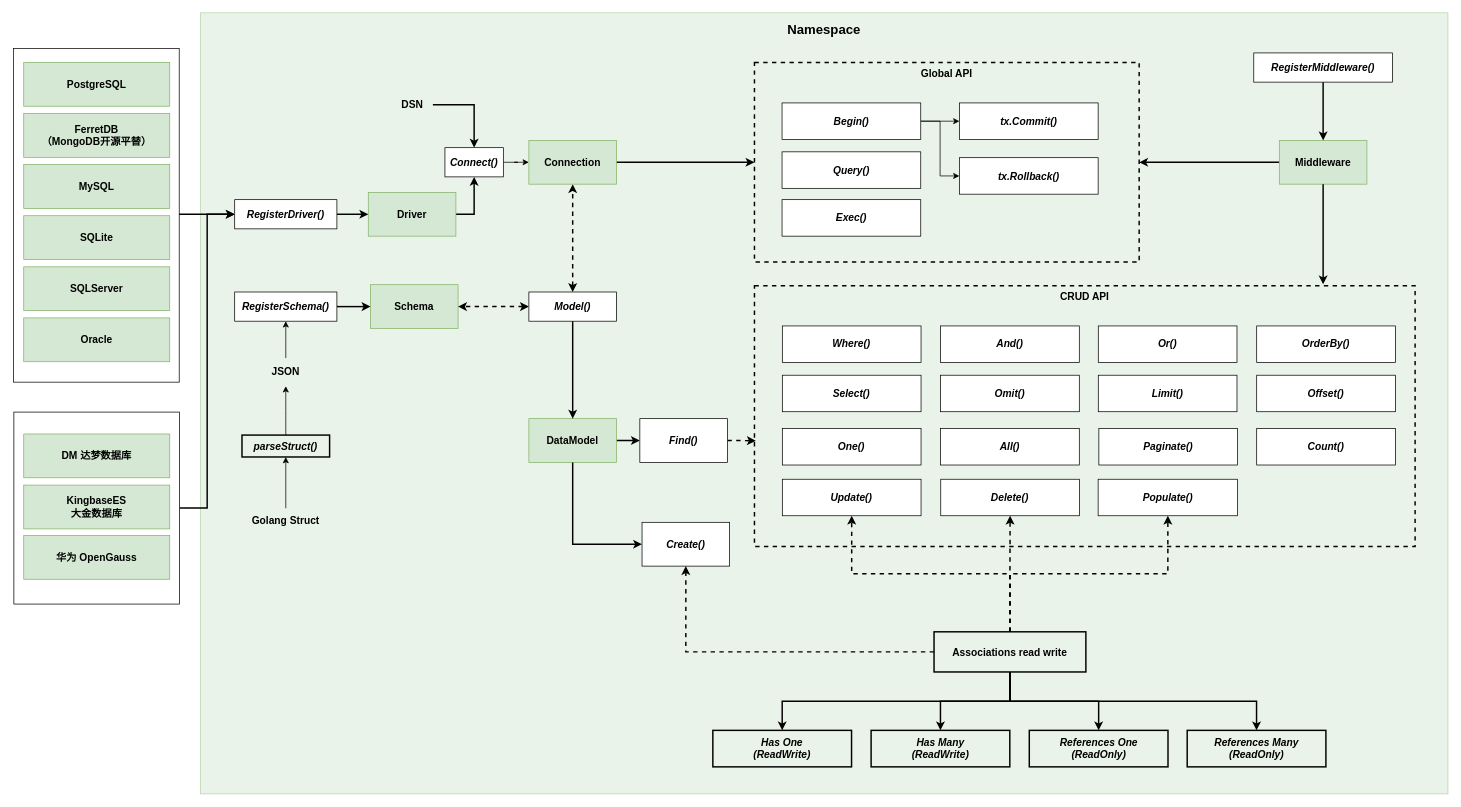
Before: assets/architecture.drawio in iamdanielyin/dba, a draw.io diagram. Source tidied: cells renumbered, new cells numbered last; positions are measured from the earlier drawing's top-left corner, leaving out a move shared by most shapes. Both pictures are drawn from the tidied source at 73%, with x=0, y=0 at pixel (13, 12).
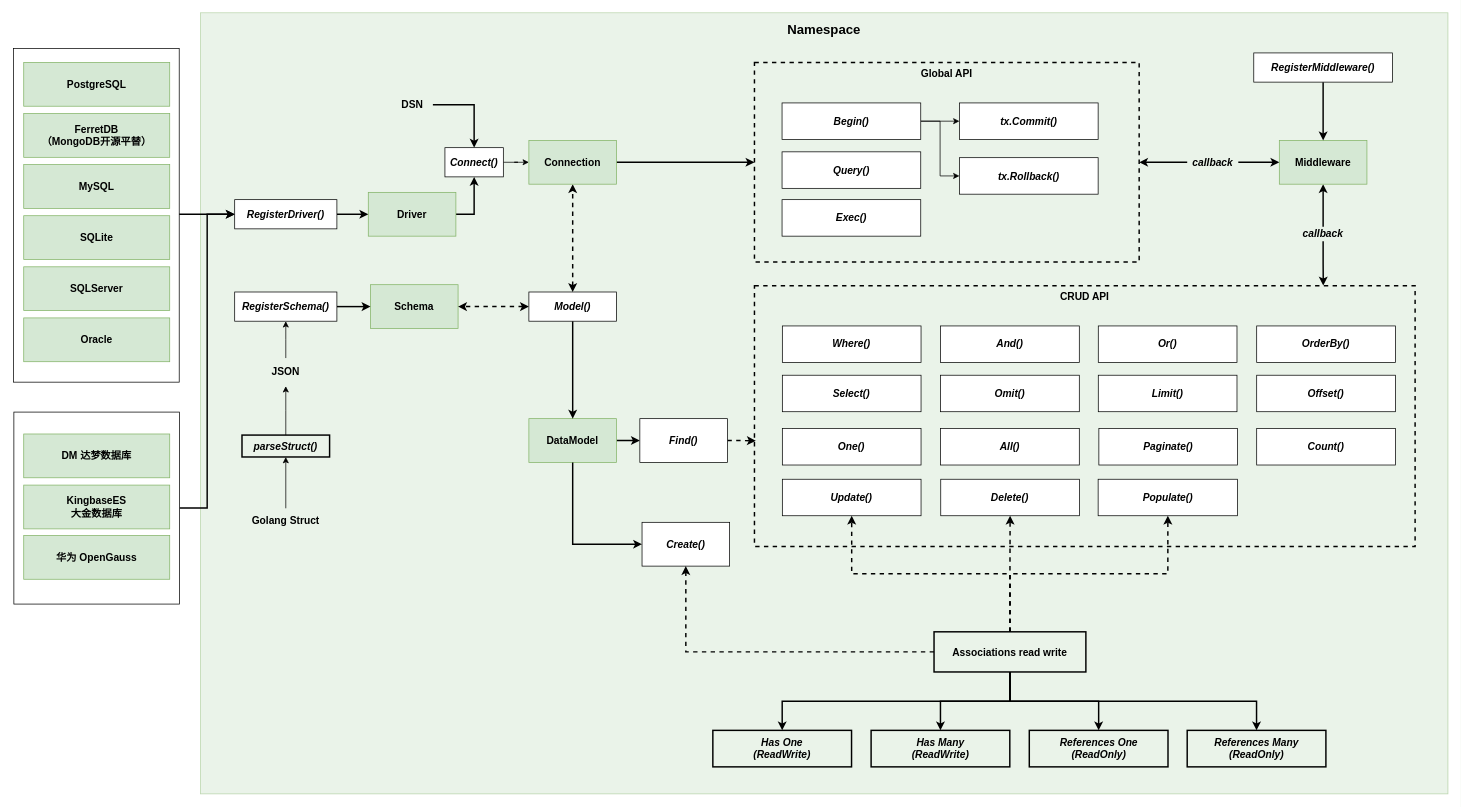
The same diagram, later.

Commit message (it also covers changes not shown here):
chore: 更新设计文件

The change refers to these unchanged cells:
```xml
<mxCell id="3" value="&lt;span style=&quot;&quot;&gt;CRUD API&lt;/span&gt;" style="rounded=0;whiteSpace=wrap;html=1;fontStyle=1;fontSize=14;verticalAlign=top;fillStyle=solid;align=center;fontFamily=Helvetica;labelBackgroundColor=none;fillColor=none;dashed=1;strokeWidth=2;" parent="1" vertex="1">
  <mxGeometry x="1015" y="374" width="905" height="357" as="geometry" />
</mxCell>
<mxCell id="4" value="&lt;span style=&quot;font-size: 14px;&quot;&gt;Global API&lt;/span&gt;" style="rounded=0;whiteSpace=wrap;html=1;verticalAlign=top;fontStyle=1;fillColor=none;dashed=1;labelBackgroundColor=none;strokeWidth=2;" parent="1" vertex="1">
  <mxGeometry x="1015" y="68" width="527" height="273.5" as="geometry" />
</mxCell>
<mxCell id="79" value="Middleware" style="rounded=0;whiteSpace=wrap;html=1;fontStyle=1;fillColor=#D5E8D4;strokeColor=#82B366;fillStyle=solid;fontSize=14;fontFamily=Helvetica;" parent="1" vertex="1">
  <mxGeometry x="1734" y="174.8" width="120" height="60" as="geometry" />
</mxCell>
```

The edit, as a diff of the source:
```diff
@@
+    <mxCell id="87" style="edgeStyle=orthogonalEdgeStyle;rounded=0;jettySize=auto;html=1;strokeWidth=2;startArrow=none;startFill=0;" parent="1" edge="1" source="91" target="79">
+      <mxGeometry relative="1" as="geometry" />
+    </mxCell>
@@
+    <mxCell id="88" style="edgeStyle=orthogonalEdgeStyle;rounded=0;jettySize=auto;html=1;strokeWidth=2;startArrow=classic;startFill=1;entryX=0;entryY=0.5;entryDx=0;entryDy=0;endArrow=none;" parent="1" edge="1" source="4" target="90">
+      <mxGeometry relative="1" as="geometry" />
+    </mxCell>
@@
-    <mxCell id="78" style="edgeStyle=orthogonalEdgeStyle;rounded=0;hachureGap=4;jettySize=auto;html=1;fontFamily=Architects Daughter;strokeWidth=2;" parent="1" edge="1" source="79" target="4">
-      <mxGeometry relative="1" as="geometry" />
-    </mxCell>
@@
-    <mxCell id="80" style="edgeStyle=orthogonalEdgeStyle;rounded=0;jettySize=auto;html=1;strokeWidth=2;" parent="1" edge="1" source="79">
-      <mxGeometry relative="1" as="geometry">
-        <mxPoint x="1794" y="372" as="targetPoint" />
-      </mxGeometry>
-    </mxCell>
@@
+    <mxCell id="89" style="edgeStyle=orthogonalEdgeStyle;rounded=0;jettySize=auto;html=1;strokeWidth=2;" parent="1" edge="1" source="90" target="79">
+      <mxGeometry relative="1" as="geometry" />
+    </mxCell>
+    <mxCell id="90" value="callback" style="rounded=0;whiteSpace=wrap;html=1;fontStyle=3;fontSize=14;strokeColor=none;fillColor=none;fontFamily=Helvetica;labelBackgroundColor=none;strokeWidth=2;" parent="1" vertex="1">
+      <mxGeometry x="1607.8" y="194.8" width="70" height="20" as="geometry" />
+    </mxCell>
+    <mxCell id="91" value="callback" style="rounded=0;whiteSpace=wrap;html=1;fontStyle=3;fontSize=14;strokeColor=none;fillColor=none;fontFamily=Helvetica;labelBackgroundColor=none;strokeWidth=2;" parent="1" vertex="1">
+      <mxGeometry x="1759" y="293" width="70" height="20" as="geometry" />
+    </mxCell>
+    <mxCell id="92" style="edgeStyle=orthogonalEdgeStyle;rounded=0;jettySize=auto;html=1;entryX=0.861;entryY=-0.001;entryDx=0;entryDy=0;entryPerimeter=0;strokeWidth=2;" parent="1" edge="1" source="91" target="3">
+      <mxGeometry relative="1" as="geometry" />
+    </mxCell>
```
